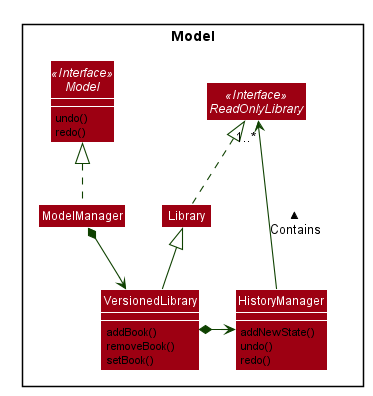
Before: docs/images/UndoRedoClassDiagram.png, a diagram exported from PlantUML (pennhanlee/tp). The source it was exported from:
```plantuml
@startuml








skinparam BackgroundColor #FFFFFFF

skinparam Shadowing false

skinparam Class {
    FontColor #FFFFFF
    BorderThickness 1
    BorderColor #FFFFFF
    StereotypeFontColor #FFFFFF
    FontName Arial
}

skinparam Actor {
    BorderColor #000000
    Color #000000
    FontName Arial
}

skinparam Sequence {
    MessageAlign center
    BoxFontSize 15
    BoxPadding 0
    BoxFontColor #FFFFFF
    FontName Arial
}

skinparam Participant {
    FontColor #FFFFFFF
    Padding 20
}

skinparam MinClassWidth 50
skinparam ParticipantPadding 10
skinparam Shadowing false
skinparam DefaultTextAlignment center
skinparam packageStyle Rectangle

hide footbox
hide members
hide circle
skinparam arrowThickness 1.1
skinparam arrowColor #0E4100
skinparam classBackgroundColor #9D0012

package Model {
Interface Model <<Interface>>
Class ModelManager
Class Library
Interface ReadOnlyLibrary<<Interface>>
Class VersionedLibrary
Class HistoryManager
}

Model : undo()
Model : redo()
show Model members

HistoryManager : addNewState()
HistoryManager : undo()
HistoryManager : redo()
show HistoryManager members

VersionedLibrary : addBook()
VersionedLibrary : removeBook()
VersionedLibrary : setBook()
show VersionedLibrary members

ModelManager .up.|> Model
ModelManager *-down-> VersionedLibrary

Library .up.|> ReadOnlyLibrary
VersionedLibrary -up-|> Library
VersionedLibrary *-right-> HistoryManager
HistoryManager --up-> "1..*" ReadOnlyLibrary : > Contains

@enduml
```
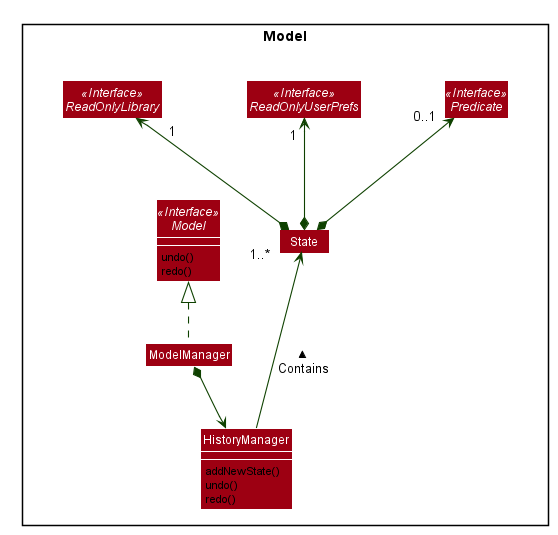
Above is the later version.

Commit message:
Update DG for undo/redo

What changed in the source:
```diff
@@ -1,4 +1,5 @@
 @startuml
+
 
 
 
@@ -54,10 +55,11 @@
 package Model {
 Interface Model <<Interface>>
 Class ModelManager
-Class Library
 Interface ReadOnlyLibrary<<Interface>>
-Class VersionedLibrary
+Interface ReadOnlyUserPrefs<<Interface>>
+Interface Predicate<<Interface>>
 Class HistoryManager
+Class State
 }
 
 Model : undo()
@@ -69,17 +71,13 @@
 HistoryManager : redo()
 show HistoryManager members
 
-VersionedLibrary : addBook()
-VersionedLibrary : removeBook()
-VersionedLibrary : setBook()
-show VersionedLibrary members
+ModelManager .up.|> Model
+ModelManager *--> HistoryManager
 
-ModelManager .up.|> Model
-ModelManager *-down-> VersionedLibrary
+HistoryManager --up-> "1..*" State : > Contains
 
-Library .up.|> ReadOnlyLibrary
-VersionedLibrary -up-|> Library
-VersionedLibrary *-right-> HistoryManager
-HistoryManager --up-> "1..*" ReadOnlyLibrary : > Contains
+State *-up-> "1" ReadOnlyLibrary
+State *-up-> "1" ReadOnlyUserPrefs
+State *-up-> "0..1" Predicate
 
 @enduml
```
